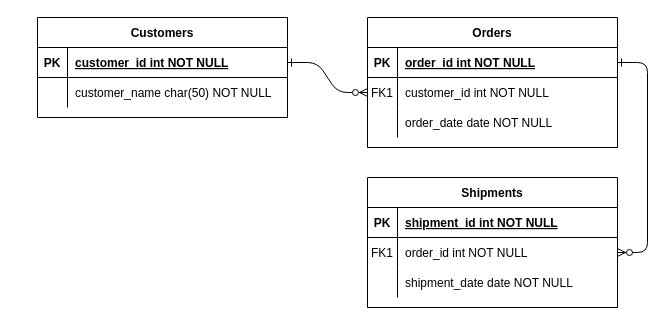
This is ERD ICT600 Gym Membership System.drawio from AbeSoll/Draw.io, a draw.io file, before an edit. Source tidied: cells renumbered, new cells numbered last; positions are measured from the earlier drawing's top-left corner, leaving out a move shared by most shapes. Both pictures are drawn from the tidied source at 100%, with x=0, y=0 at pixel (37, 17).
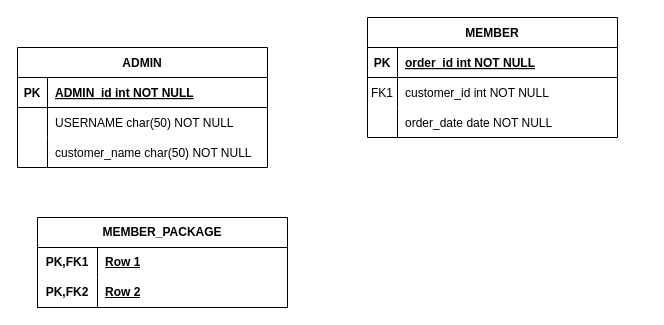
After the change.

The change refers to these unchanged cells:
```xml
<mxCell id="5" style="shape=partialRectangle;fillColor=none;points=[[0,0.5],[1,0.5]];portConstraint=eastwest;top=0;left=0;right=0;bottom=1;" parent="4" vertex="1">
  <mxGeometry y="30" width="250" height="30" as="geometry" />
</mxCell>
<mxCell id="8" style="shape=partialRectangle;fillColor=none;points=[[0,0.5],[1,0.5]];portConstraint=eastwest;top=0;left=0;right=0;bottom=0;" parent="4" vertex="1">
  <mxGeometry y="60" width="250" height="30" as="geometry" />
</mxCell>
<mxCell id="25" style="shape=partialRectangle;fillColor=none;points=[[0,0.5],[1,0.5]];portConstraint=eastwest;top=0;left=0;right=0;bottom=1;" parent="24" vertex="1">
  <mxGeometry y="30" width="250" height="30" as="geometry" />
</mxCell>
<mxCell id="28" style="shape=partialRectangle;fillColor=none;top=0;left=0;right=0;bottom=0;" parent="24" vertex="1">
  <mxGeometry y="60" width="250" height="30" as="geometry" />
</mxCell>
```

Change to the diagram source:
```diff
@@
-    <mxCell id="2" style="edgeStyle=entityRelationEdgeStyle;endArrow=ERzeroToMany;startArrow=ERone;endFill=1;startFill=0;" parent="1" edge="1" source="25" target="8">
-      <mxGeometry relative="1" as="geometry" />
-    </mxCell>
-    <mxCell id="3" style="edgeStyle=entityRelationEdgeStyle;endArrow=ERzeroToMany;startArrow=ERone;endFill=1;startFill=0;" parent="1" edge="1" source="5" target="18">
-      <mxGeometry relative="1" as="geometry" />
-    </mxCell>
-    <mxCell id="4" value="Orders" style="shape=table;startSize=30;childLayout=tableLayout;rowLines=0;fontStyle=1;align=center;" parent="1" vertex="1">
-      <mxGeometry x="330" width="250" height="130" as="geometry" />
+    <mxCell id="4" value="MEMBER" style="shape=table;startSize=30;childLayout=tableLayout;rowLines=0;fontStyle=1;align=center;" parent="1" vertex="1">
+      <mxGeometry x="330" width="250" height="120" as="geometry" />
     </mxCell>
@@
-    <mxCell id="14" value="Shipments" style="shape=table;startSize=30;childLayout=tableLayout;rowLines=0;fontStyle=1;align=center;" parent="1" vertex="1">
-      <mxGeometry x="330" y="160" width="250" height="130" as="geometry" />
-    </mxCell>
-    <mxCell id="15" style="shape=partialRectangle;fillColor=none;top=0;left=0;right=0;bottom=1;" parent="14" vertex="1">
-      <mxGeometry y="30" width="250" height="30" as="geometry" />
-    </mxCell>
-    <mxCell id="16" value="PK" style="shape=partialRectangle;overflow=hidden;fillColor=none;top=0;left=0;bottom=0;right=0;fontStyle=1;" parent="15" vertex="1">
-      <mxGeometry width="30" height="30" as="geometry" />
-    </mxCell>
-    <mxCell id="17" value="shipment_id int NOT NULL " style="shape=partialRectangle;overflow=hidden;fillColor=none;top=0;left=0;bottom=0;right=0;align=left;spacingLeft=6;fontStyle=5;" parent="15" vertex="1">
-      <mxGeometry x="30" width="220" height="30" as="geometry" />
-    </mxCell>
-    <mxCell id="18" style="shape=partialRectangle;fillColor=none;points=[[0,0.5],[1,0.5]];portConstraint=eastwest;top=0;left=0;right=0;bottom=0;" parent="14" vertex="1">
-      <mxGeometry y="60" width="250" height="30" as="geometry" />
-    </mxCell>
-    <mxCell id="19" value="FK1" style="shape=partialRectangle;overflow=hidden;fillColor=none;top=0;left=0;bottom=0;right=0;" parent="18" vertex="1">
-      <mxGeometry width="30" height="30" as="geometry" />
-    </mxCell>
-    <mxCell id="20" value="order_id int NOT NULL" style="shape=partialRectangle;overflow=hidden;fillColor=none;top=0;left=0;bottom=0;right=0;align=left;spacingLeft=6;" parent="18" vertex="1">
-      <mxGeometry x="30" width="220" height="30" as="geometry" />
-    </mxCell>
-    <mxCell id="21" style="shape=partialRectangle;fillColor=none;top=0;left=0;right=0;bottom=0;" parent="14" vertex="1">
-      <mxGeometry y="90" width="250" height="30" as="geometry" />
-    </mxCell>
-    <mxCell id="22" style="shape=partialRectangle;overflow=hidden;fillColor=none;top=0;left=0;bottom=0;right=0;" parent="21" vertex="1">
-      <mxGeometry width="30" height="30" as="geometry" />
-    </mxCell>
-    <mxCell id="23" value="shipment_date date NOT NULL" style="shape=partialRectangle;overflow=hidden;fillColor=none;top=0;left=0;bottom=0;right=0;align=left;spacingLeft=6;" parent="21" vertex="1">
-      <mxGeometry x="30" width="220" height="30" as="geometry" />
-    </mxCell>
-    <mxCell id="24" value="Customers" style="shape=table;startSize=30;childLayout=tableLayout;rowLines=0;fontStyle=1;align=center;" parent="1" vertex="1">
-      <mxGeometry width="250" height="100" as="geometry" />
+    <mxCell id="24" value="ADMIN" style="shape=table;startSize=30;childLayout=tableLayout;rowLines=0;fontStyle=1;align=center;" parent="1" vertex="1">
+      <mxGeometry x="-20" y="30" width="250" height="120" as="geometry" />
     </mxCell>
@@
-    <mxCell id="27" value="customer_id int NOT NULL " style="shape=partialRectangle;overflow=hidden;fillColor=none;top=0;left=0;bottom=0;right=0;align=left;spacingLeft=6;fontStyle=5;" parent="25" vertex="1">
+    <mxCell id="27" value="ADMIN_id int NOT NULL " style="shape=partialRectangle;overflow=hidden;fillColor=none;top=0;left=0;bottom=0;right=0;align=left;spacingLeft=6;fontStyle=5;" parent="25" vertex="1">
       <mxGeometry x="30" width="220" height="30" as="geometry" />
     </mxCell>
@@
-    <mxCell id="30" value="customer_name char(50) NOT NULL" style="shape=partialRectangle;overflow=hidden;fillColor=none;top=0;left=0;bottom=0;right=0;align=left;spacingLeft=6;" parent="28" vertex="1">
+    <mxCell id="30" value="USERNAME char(50) NOT NULL" style="shape=partialRectangle;overflow=hidden;fillColor=none;top=0;left=0;bottom=0;right=0;align=left;spacingLeft=6;" parent="28" vertex="1">
       <mxGeometry x="30" width="220" height="30" as="geometry" />
     </mxCell>
+    <mxCell id="21" style="shape=partialRectangle;fillColor=none;top=0;left=0;right=0;bottom=0;" parent="24" vertex="1">
+      <mxGeometry y="90" width="250" height="30" as="geometry" />
+    </mxCell>
+    <mxCell id="22" style="shape=partialRectangle;overflow=hidden;fillColor=none;top=0;left=0;bottom=0;right=0;" parent="21" vertex="1">
+      <mxGeometry width="30" height="30" as="geometry" />
+    </mxCell>
+    <mxCell id="31" value="customer_name char(50) NOT NULL" style="shape=partialRectangle;overflow=hidden;fillColor=none;top=0;left=0;bottom=0;right=0;align=left;spacingLeft=6;" parent="21" vertex="1">
+      <mxGeometry x="30" width="220" height="30" as="geometry" />
+    </mxCell>
+    <mxCell id="32" value="MEMBER_PACKAGE" style="shape=table;startSize=30;childLayout=tableLayout;rowLines=0;fontStyle=1;align=center;html=1;whiteSpace=wrap;" parent="1" vertex="1">
+      <mxGeometry y="200" width="250" height="90" as="geometry" />
+    </mxCell>
+    <mxCell id="33" style="shape=tableRow;horizontal=0;startSize=0;swimlaneHead=0;swimlaneBody=0;fillColor=none;top=0;left=0;right=0;bottom=0;html=1;" parent="32" vertex="1">
+      <mxGeometry y="30" width="250" height="30" as="geometry" />
+    </mxCell>
+    <mxCell id="34" value="PK,FK1" style="shape=partialRectangle;fillColor=none;top=0;left=0;bottom=0;right=0;fontStyle=1;overflow=hidden;html=1;whiteSpace=wrap;" parent="33" vertex="1">
+      <mxGeometry width="60" height="30" as="geometry" />
+    </mxCell>
+    <mxCell id="35" value="Row 1" style="shape=partialRectangle;fillColor=none;top=0;left=0;bottom=0;right=0;align=left;spacingLeft=6;fontStyle=5;overflow=hidden;html=1;whiteSpace=wrap;" parent="33" vertex="1">
+      <mxGeometry x="60" width="190" height="30" as="geometry" />
+    </mxCell>
+    <mxCell id="36" style="shape=tableRow;horizontal=0;startSize=0;swimlaneHead=0;swimlaneBody=0;fillColor=none;top=0;left=0;right=0;bottom=1;html=1;" parent="32" vertex="1">
+      <mxGeometry y="60" width="250" height="30" as="geometry" />
+    </mxCell>
+    <mxCell id="37" value="PK,FK2" style="shape=partialRectangle;fillColor=none;top=0;left=0;bottom=0;right=0;fontStyle=1;overflow=hidden;html=1;whiteSpace=wrap;" parent="36" vertex="1">
+      <mxGeometry width="60" height="30" as="geometry" />
+    </mxCell>
+    <mxCell id="38" value="Row 2" style="shape=partialRectangle;fillColor=none;top=0;left=0;bottom=0;right=0;align=left;spacingLeft=6;fontStyle=5;overflow=hidden;html=1;whiteSpace=wrap;" parent="36" vertex="1">
+      <mxGeometry x="60" width="190" height="30" as="geometry" />
+    </mxCell>
```
